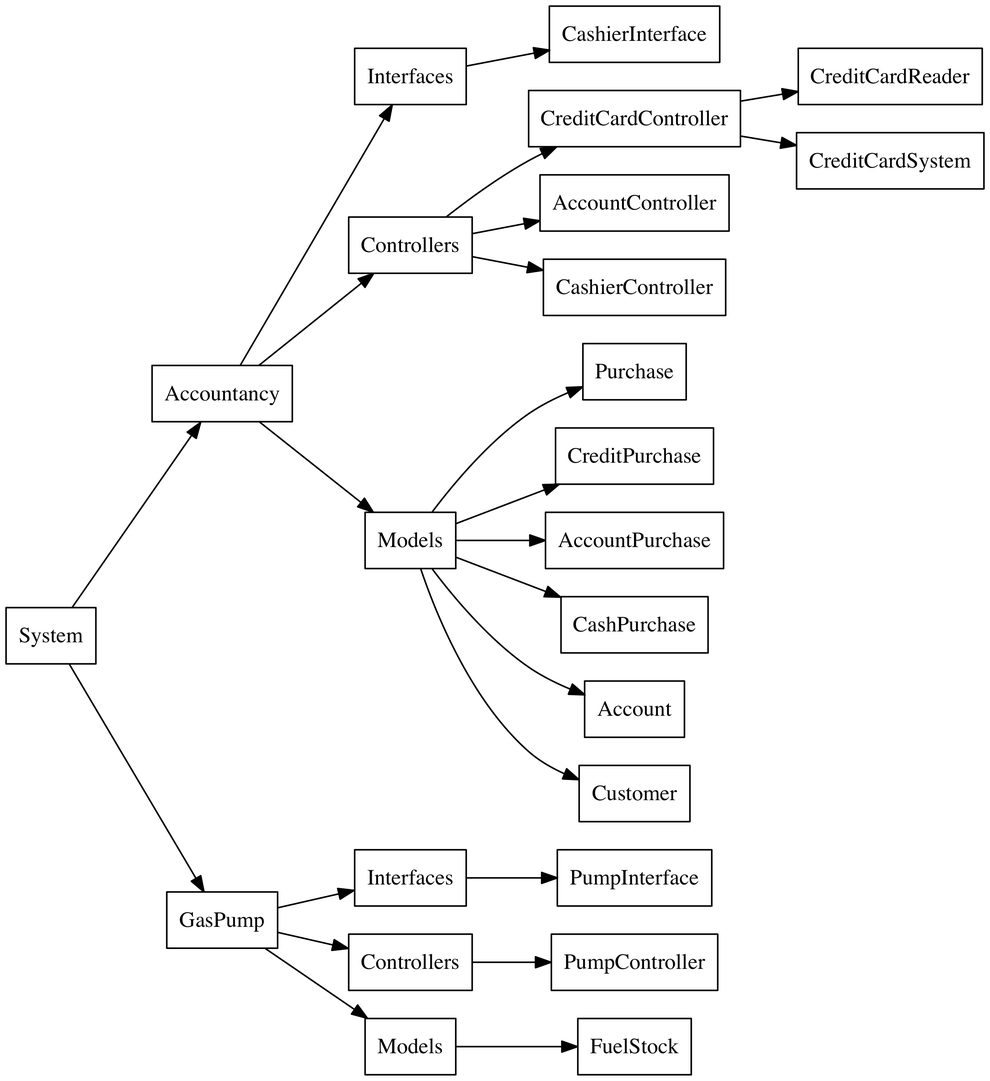
Above: projet2/hierarchical.png in Tycale/dev-method_lingi2251 (Graphviz), before the change. Its source is kept beside it as projet2/hierarchical.dot.
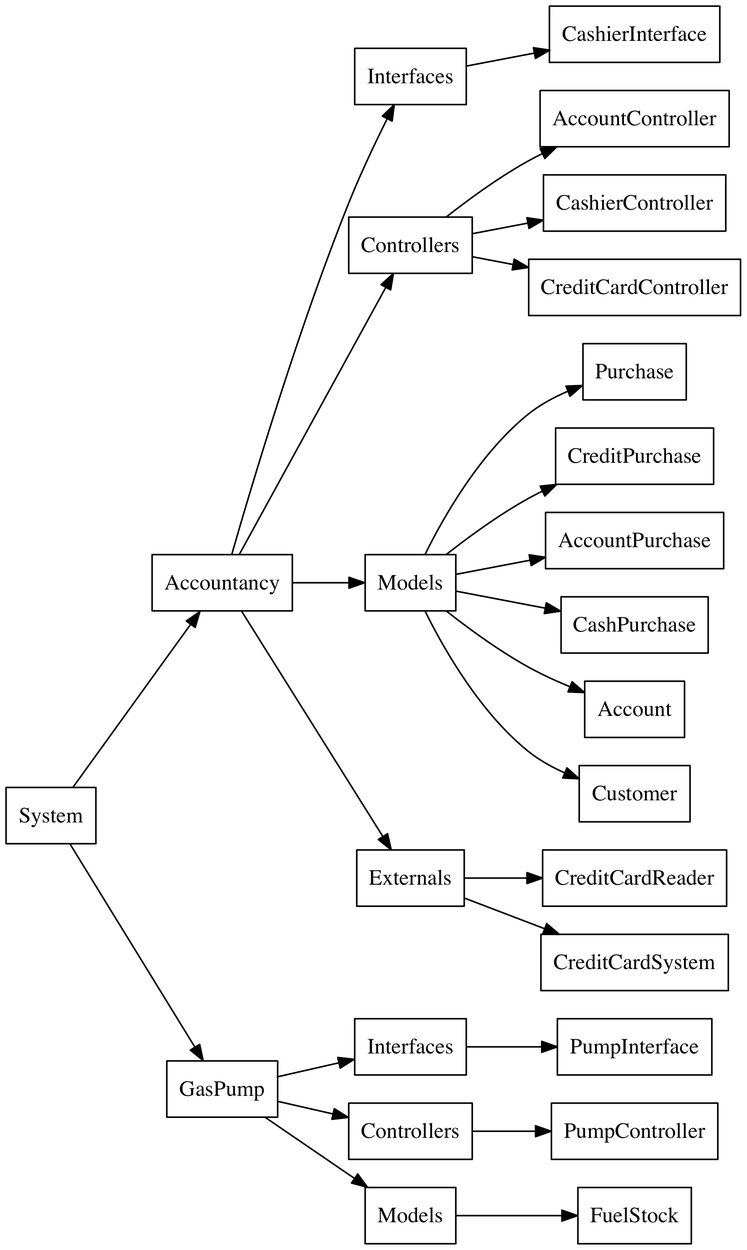
Above is the later version.

Change to the diagram source:
```diff
@@ -6,20 +6,19 @@
 	1 [label="Interfaces"];
 	2 [label="Controllers"];
 	3 [label="Models"];
-	7 [label="CreditCardController"];
+	7 [label="Externals"];
 
 	Accountancy -> 1;
 	Accountancy -> 2;
 	Accountancy -> 3;
-
-
-	2 -> 7;
+	Accountancy -> 7;
 
 	7 -> CreditCardReader;
 	7 -> CreditCardSystem;
 
 	2 -> AccountController;
 	2 -> CashierController;
+	2 -> CreditCardController;
 
 	3 -> Purchase;
 	3 -> CreditPurchase;
```
